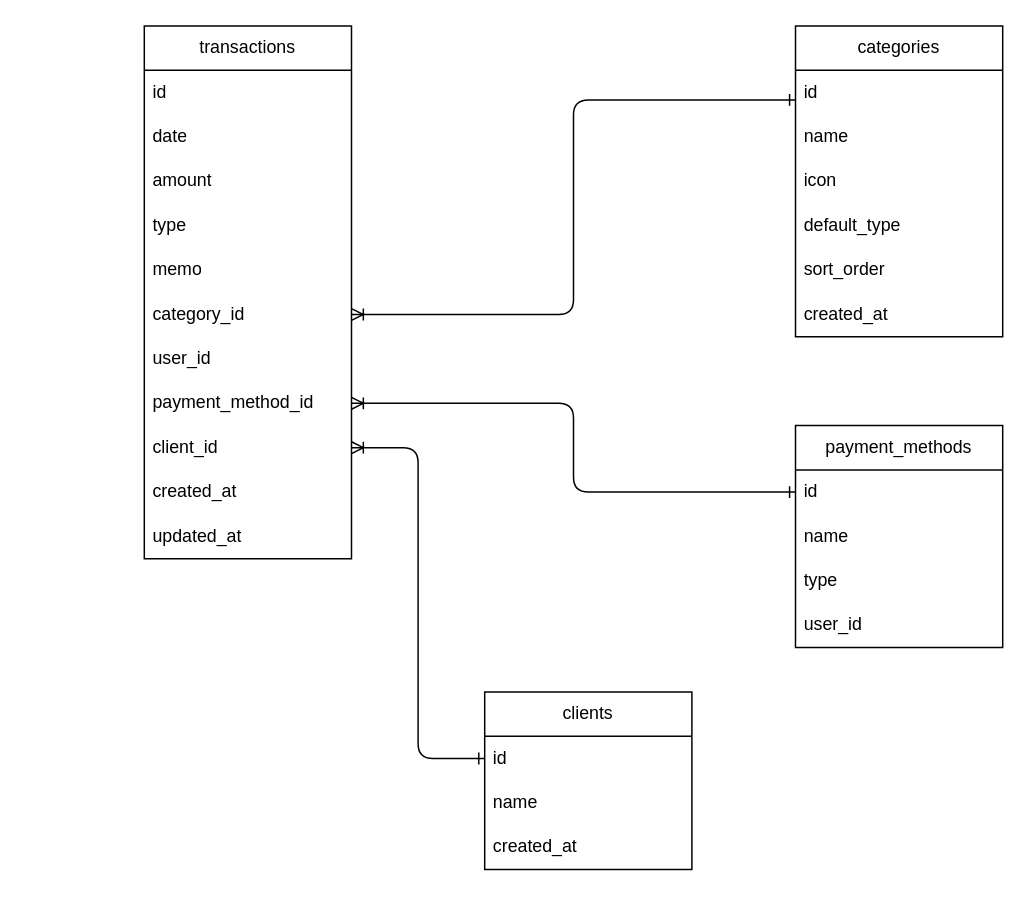
Earlier version of the draw.io diagram er.drawio (ruu2023/kaikei). Source tidied: cells renumbered, new cells numbered last; positions are measured from the earlier drawing's top-left corner, leaving out a move shared by most shapes. Both pictures are drawn from the tidied source at 148%, with x=0, y=0 at pixel (144, 25).
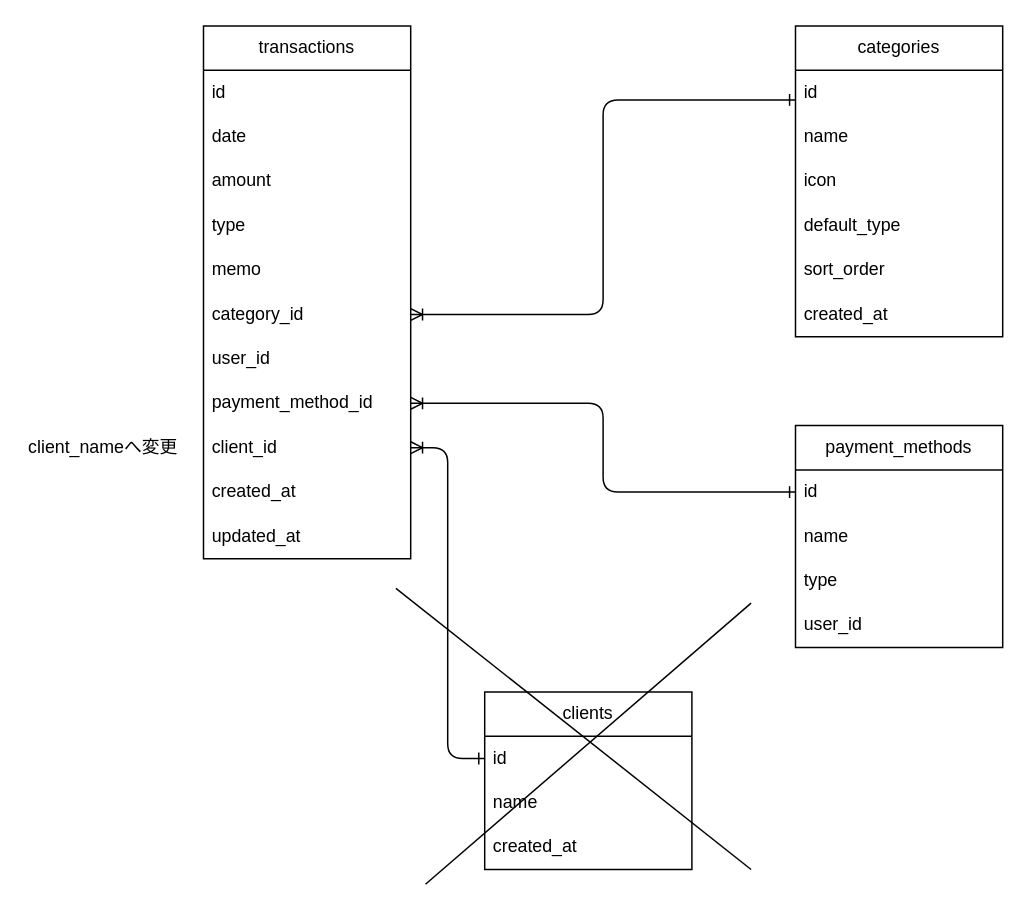
The same page after the edit.

Unchanged cells that the change refers to:
```xml
<mxCell id="13" value="updated_at" style="text;strokeColor=none;fillColor=none;align=left;verticalAlign=middle;spacingLeft=4;spacingRight=4;overflow=hidden;points=[[0,0.5],[1,0.5]];portConstraint=eastwest;whiteSpace=wrap;html=1;" parent="2" vertex="1">
  <mxGeometry y="330" width="140" height="30" as="geometry" />
</mxCell>
```

Diff of the diagram source:
```diff
@@
     <mxCell id="2" value="transactions" style="swimlane;fontStyle=0;horizontal=1;startSize=30;whiteSpace=wrap;html=1;" parent="1" vertex="1">
-      <mxGeometry width="140" height="360" as="geometry" />
+      <mxGeometry x="40" width="140" height="360" as="geometry" />
     </mxCell>
@@
+    <mxCell id="33" style="edgeStyle=none;html=1;exitX=0.75;exitY=1;exitDx=0;exitDy=0;" parent="2" edge="1" source="2" target="13">
+      <mxGeometry relative="1" as="geometry" />
+    </mxCell>
@@
+    <mxCell id="34" style="endArrow=none;html=1;" parent="1" edge="1">
+      <mxGeometry relative="1" as="geometry">
+        <mxPoint x="190" y="580" as="sourcePoint" />
+        <mxPoint x="410" y="390" as="targetPoint" />
+      </mxGeometry>
+    </mxCell>
+    <mxCell id="35" style="endArrow=none;html=1;" parent="1" edge="1">
+      <mxGeometry relative="1" as="geometry">
+        <mxPoint x="170" y="380" as="sourcePoint" />
+        <mxPoint x="410" y="570" as="targetPoint" />
+      </mxGeometry>
+    </mxCell>
+    <mxCell id="36" value="client_nameへ変更" style="text;html=1;align=left;verticalAlign=middle;whiteSpace=wrap;rounded=0;" parent="1" vertex="1">
+      <mxGeometry x="-80" y="270" width="110" height="30" as="geometry" />
+    </mxCell>
```
